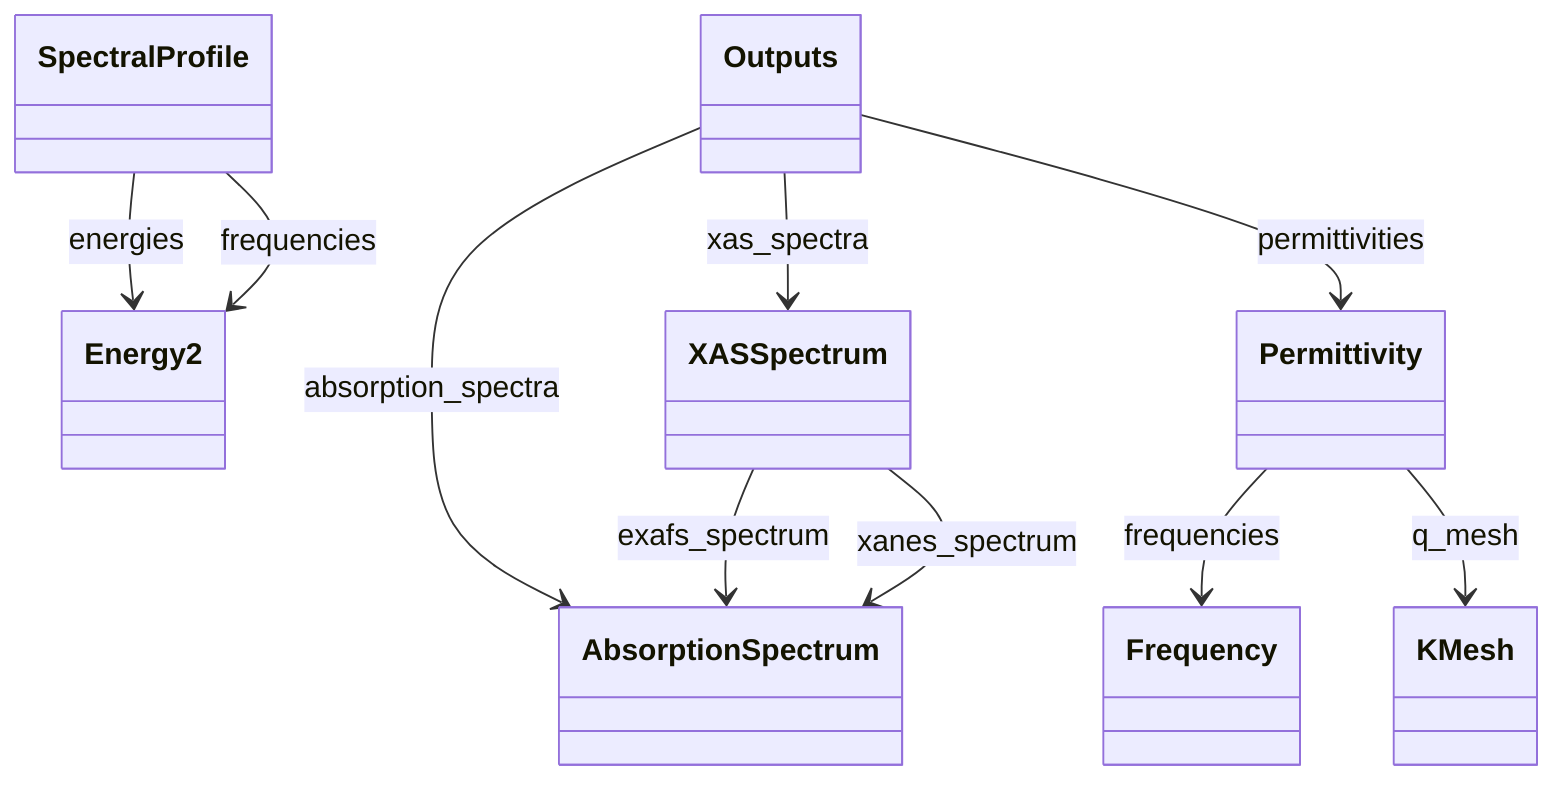
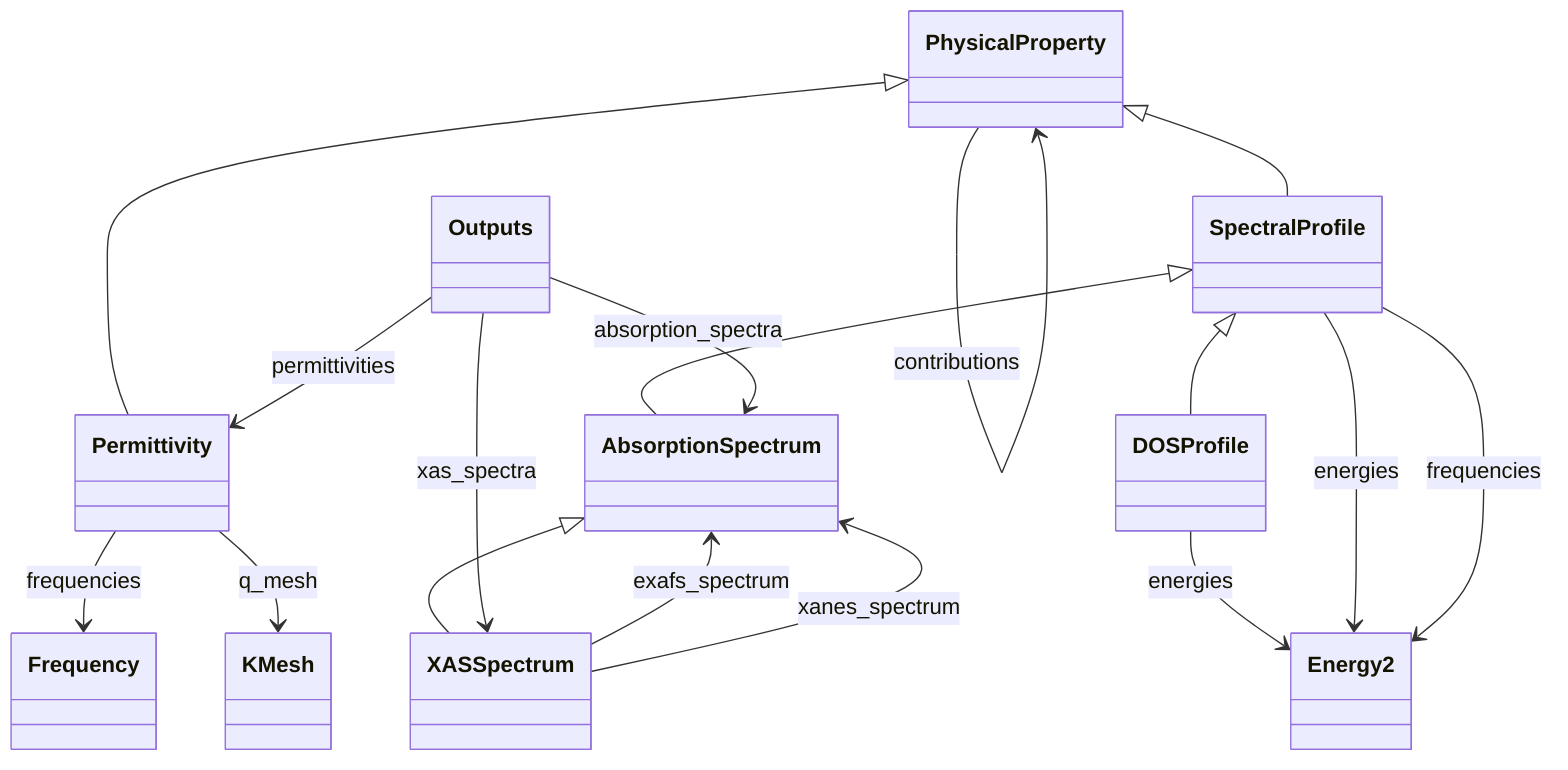
classDiagram
    class AbsorptionSpectrum
+     class DOSProfile
    class Energy2
    class Frequency
    class KMesh
    class Outputs
    class Permittivity
+     class PhysicalProperty
    class SpectralProfile
    class XASSpectrum
+     SpectralProfile <|-- AbsorptionSpectrum
+     SpectralProfile <|-- DOSProfile
+     PhysicalProperty <|-- Permittivity
+     PhysicalProperty <|-- SpectralProfile
+     AbsorptionSpectrum <|-- XASSpectrum
+     DOSProfile --> Energy2 : energies
    Outputs --> AbsorptionSpectrum : absorption_spectra
    Outputs --> Permittivity : permittivities
    Outputs --> XASSpectrum : xas_spectra
    Permittivity --> Frequency : frequencies
    Permittivity --> KMesh : q_mesh
+     PhysicalProperty --> PhysicalProperty : contributions
    SpectralProfile --> Energy2 : energies
    SpectralProfile --> Energy2 : frequencies
    XASSpectrum --> AbsorptionSpectrum : exafs_spectrum
    XASSpectrum --> AbsorptionSpectrum : xanes_spectrum
